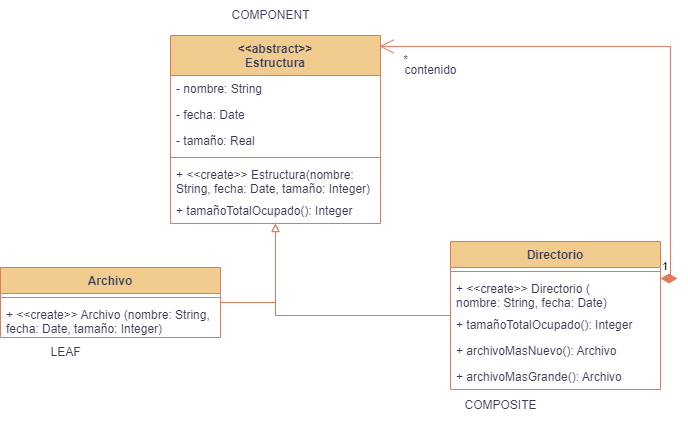
Above: PRACTICAS/UML/Punto5-UML.png in agusrnfr/OO2 (draw.io), before the change. Source tidied: cells renumbered, new cells last; positions are measured from the earlier drawing's top-left corner, leaving out a move shared by most shapes.
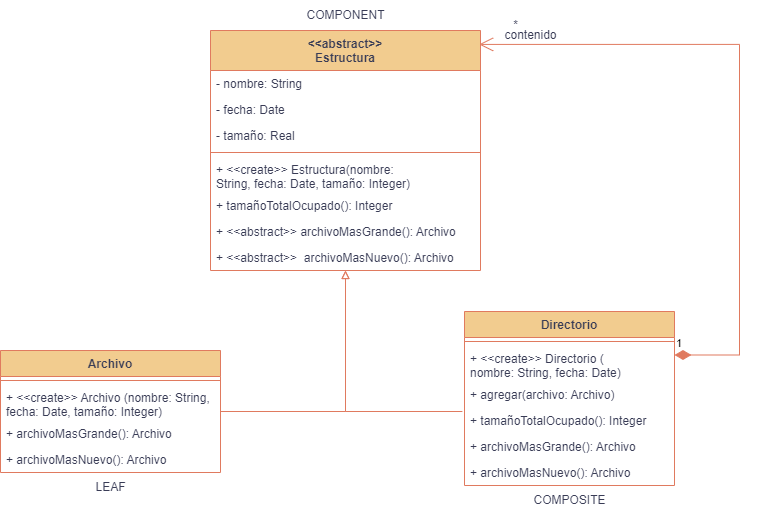
The same file after the commit.

Diff of the diagram source:
```diff
@@ -2,11 +2,11 @@
   <root>
     <mxCell id="0" />
     <mxCell id="1" parent="0" />
-    <mxCell id="2" style="edgeStyle=orthogonalEdgeStyle;rounded=0;jettySize=auto;html=1;endArrow=block;endFill=0;labelBackgroundColor=none;strokeColor=#E07A5F;fontColor=default;" parent="1" edge="1" source="3" target="12">
+    <mxCell id="2" style="edgeStyle=orthogonalEdgeStyle;rounded=0;jettySize=auto;html=1;endArrow=block;endFill=0;labelBackgroundColor=none;strokeColor=#E07A5F;fontColor=default;exitX=-0.01;exitY=0.154;exitDx=0;exitDy=0;exitPerimeter=0;" parent="1" edge="1" source="6" target="12">
       <mxGeometry relative="1" as="geometry" />
     </mxCell>
     <mxCell id="3" value="Directorio" style="swimlane;fontStyle=1;align=center;verticalAlign=top;horizontal=1;startSize=26;labelBackgroundColor=none;fillColor=#F2CC8F;strokeColor=#E07A5F;fontColor=#393C56;" parent="1" vertex="1">
-      <mxGeometry x="450" y="241" width="210" height="148" as="geometry" />
+      <mxGeometry x="395" y="291" width="210" height="174" as="geometry" />
     </mxCell>
     <mxCell id="4" style="line;strokeWidth=1;fillColor=none;align=left;verticalAlign=middle;spacingTop=-1;spacingLeft=3;spacingRight=3;labelPosition=right;strokeColor=#E07A5F;labelBackgroundColor=none;fontColor=#393C56;" parent="3" vertex="1">
       <mxGeometry y="26" width="210" height="8" as="geometry" />
@@ -14,59 +14,73 @@
     <mxCell id="5" value="+ &lt;&lt;create&gt;&gt; Directorio (&#10;nombre: String, fecha: Date)" style="text;strokeColor=none;fillColor=none;align=left;verticalAlign=top;spacingLeft=4;spacingRight=4;overflow=hidden;labelBackgroundColor=none;fontColor=#393C56;" parent="3" vertex="1">
       <mxGeometry y="34" width="210" height="36" as="geometry" />
     </mxCell>
+    <mxCell id="26" value="+ agregar(archivo: Archivo)" style="text;strokeColor=none;fillColor=none;align=left;verticalAlign=top;spacingLeft=4;spacingRight=4;overflow=hidden;labelBackgroundColor=none;fontColor=#393C56;" parent="3" vertex="1">
+      <mxGeometry y="70" width="210" height="26" as="geometry" />
+    </mxCell>
     <mxCell id="6" value="+ tamañoTotalOcupado(): Integer" style="text;strokeColor=none;fillColor=none;align=left;verticalAlign=top;spacingLeft=4;spacingRight=4;overflow=hidden;points=[[0,0.5],[1,0.5]];portConstraint=eastwest;labelBackgroundColor=none;fontColor=#393C56;" parent="3" vertex="1">
-      <mxGeometry y="70" width="210" height="26" as="geometry" />
+      <mxGeometry y="96" width="210" height="26" as="geometry" />
     </mxCell>
+    <mxCell id="8" value="+ archivoMasGrande(): Archivo" style="text;strokeColor=none;fillColor=none;align=left;verticalAlign=top;spacingLeft=4;spacingRight=4;overflow=hidden;labelBackgroundColor=none;fontColor=#393C56;" parent="3" vertex="1">
+      <mxGeometry y="122" width="210" height="26" as="geometry" />
+    </mxCell>
     <mxCell id="7" value="+ archivoMasNuevo(): Archivo" style="text;strokeColor=none;fillColor=none;align=left;verticalAlign=top;spacingLeft=4;spacingRight=4;overflow=hidden;labelBackgroundColor=none;fontColor=#393C56;" parent="3" vertex="1">
-      <mxGeometry y="96" width="210" height="26" as="geometry" />
+      <mxGeometry y="148" width="210" height="26" as="geometry" />
     </mxCell>
-    <mxCell id="8" value="+ archivoMasGrande(): Archivo" style="text;strokeColor=none;fillColor=none;align=left;verticalAlign=top;spacingLeft=4;spacingRight=4;overflow=hidden;labelBackgroundColor=none;fontColor=#393C56;" parent="3" vertex="1">
-      <mxGeometry y="122" width="210" height="26" as="geometry" />
-    </mxCell>
     <mxCell id="9" style="edgeStyle=orthogonalEdgeStyle;rounded=0;jettySize=auto;html=1;endArrow=block;endFill=0;exitX=1;exitY=0.5;exitDx=0;exitDy=0;labelBackgroundColor=none;strokeColor=#E07A5F;fontColor=default;" parent="1" edge="1" source="23" target="12">
       <mxGeometry relative="1" as="geometry" />
     </mxCell>
     <mxCell id="10" value="contenido" style="text;html=1;align=center;verticalAlign=middle;strokeColor=none;fillColor=none;labelBackgroundColor=none;fontColor=#393C56;" parent="1" vertex="1">
-      <mxGeometry x="390" y="55" width="80" height="30" as="geometry" />
+      <mxGeometry x="421" width="80" height="30" as="geometry" />
     </mxCell>
     <mxCell id="11" value="*" style="text;html=1;align=center;verticalAlign=middle;strokeColor=none;fillColor=none;labelBackgroundColor=none;fontColor=#393C56;" parent="1" vertex="1">
-      <mxGeometry x="390" y="45" width="30" height="30" as="geometry" />
+      <mxGeometry x="431" y="-10" width="30" height="30" as="geometry" />
     </mxCell>
     <mxCell id="12" value="&lt;&lt;abstract&gt;&gt;&#10;Estructura" style="swimlane;fontStyle=1;align=center;verticalAlign=top;horizontal=1;startSize=40;labelBackgroundColor=none;fillColor=#F2CC8F;strokeColor=#E07A5F;fontColor=#393C56;" parent="1" vertex="1">
-      <mxGeometry x="170" y="35" width="210" height="188" as="geometry" />
+      <mxGeometry x="141" y="10" width="270" height="240" as="geometry" />
     </mxCell>
     <mxCell id="13" value="- nombre: String" style="text;strokeColor=none;fillColor=none;align=left;verticalAlign=top;spacingLeft=4;spacingRight=4;overflow=hidden;labelBackgroundColor=none;fontColor=#393C56;" parent="12" vertex="1">
-      <mxGeometry y="40" width="210" height="26" as="geometry" />
+      <mxGeometry y="40" width="270" height="26" as="geometry" />
     </mxCell>
     <mxCell id="14" value="- fecha: Date" style="text;strokeColor=none;fillColor=none;align=left;verticalAlign=top;spacingLeft=4;spacingRight=4;overflow=hidden;labelBackgroundColor=none;fontColor=#393C56;" parent="12" vertex="1">
-      <mxGeometry y="66" width="210" height="26" as="geometry" />
+      <mxGeometry y="66" width="270" height="26" as="geometry" />
     </mxCell>
     <mxCell id="15" value="- tamaño: Real" style="text;strokeColor=none;fillColor=none;align=left;verticalAlign=top;spacingLeft=4;spacingRight=4;overflow=hidden;labelBackgroundColor=none;fontColor=#393C56;" parent="12" vertex="1">
-      <mxGeometry y="92" width="210" height="26" as="geometry" />
+      <mxGeometry y="92" width="270" height="26" as="geometry" />
     </mxCell>
     <mxCell id="16" style="line;strokeWidth=1;fillColor=none;align=left;verticalAlign=middle;spacingTop=-1;spacingLeft=3;spacingRight=3;labelPosition=right;strokeColor=#E07A5F;labelBackgroundColor=none;fontColor=#393C56;" parent="12" vertex="1">
-      <mxGeometry y="118" width="210" height="8" as="geometry" />
+      <mxGeometry y="118" width="270" height="8" as="geometry" />
     </mxCell>
     <mxCell id="17" value="+ &lt;&lt;create&gt;&gt; Estructura(nombre: &#10;String, fecha: Date, tamaño: Integer)" style="text;strokeColor=none;fillColor=none;align=left;verticalAlign=top;spacingLeft=4;spacingRight=4;overflow=hidden;labelBackgroundColor=none;fontColor=#393C56;" parent="12" vertex="1">
-      <mxGeometry y="126" width="210" height="36" as="geometry" />
+      <mxGeometry y="126" width="270" height="36" as="geometry" />
     </mxCell>
     <mxCell id="18" value="+ tamañoTotalOcupado(): Integer" style="text;strokeColor=none;fillColor=none;align=left;verticalAlign=top;spacingLeft=4;spacingRight=4;overflow=hidden;labelBackgroundColor=none;fontColor=#393C56;" parent="12" vertex="1">
-      <mxGeometry y="162" width="210" height="26" as="geometry" />
+      <mxGeometry y="162" width="270" height="26" as="geometry" />
     </mxCell>
+    <mxCell id="27" value="+ &lt;&lt;abstract&gt;&gt; archivoMasGrande(): Archivo" style="text;strokeColor=none;fillColor=none;align=left;verticalAlign=top;spacingLeft=4;spacingRight=4;overflow=hidden;labelBackgroundColor=none;fontColor=#393C56;" parent="12" vertex="1">
+      <mxGeometry y="188" width="270" height="26" as="geometry" />
+    </mxCell>
+    <mxCell id="28" value="+ &lt;&lt;abstract&gt;&gt;  archivoMasNuevo(): Archivo" style="text;strokeColor=none;fillColor=none;align=left;verticalAlign=top;spacingLeft=4;spacingRight=4;overflow=hidden;labelBackgroundColor=none;fontColor=#393C56;" parent="12" vertex="1">
+      <mxGeometry y="214" width="270" height="26" as="geometry" />
+    </mxCell>
     <mxCell id="19" value="LEAF" style="text;html=1;align=center;verticalAlign=middle;strokeColor=none;fillColor=none;labelBackgroundColor=none;fontColor=#393C56;" parent="1" vertex="1">
-      <mxGeometry x="40" y="337" width="50" height="30" as="geometry" />
+      <mxGeometry x="16" y="452" width="50" height="30" as="geometry" />
     </mxCell>
     <mxCell id="20" value="COMPONENT" style="text;html=1;align=center;verticalAlign=middle;strokeColor=none;fillColor=none;labelBackgroundColor=none;fontColor=#393C56;" parent="1" vertex="1">
-      <mxGeometry x="220" width="100" height="30" as="geometry" />
+      <mxGeometry x="226" y="-20" width="100" height="30" as="geometry" />
     </mxCell>
     <mxCell id="21" value="COMPOSITE" style="text;html=1;align=center;verticalAlign=middle;strokeColor=none;fillColor=none;labelBackgroundColor=none;fontColor=#393C56;" parent="1" vertex="1">
-      <mxGeometry x="450" y="390" width="100" height="30" as="geometry" />
+      <mxGeometry x="450" y="465" width="100" height="30" as="geometry" />
     </mxCell>
     <mxCell id="22" value="1" style="endArrow=open;html=1;endSize=12;startArrow=diamondThin;startSize=14;startFill=1;edgeStyle=orthogonalEdgeStyle;align=left;verticalAlign=bottom;rounded=0;exitX=1;exitY=0.25;exitDx=0;exitDy=0;entryX=0.995;entryY=0.058;entryDx=0;entryDy=0;entryPerimeter=0;labelBackgroundColor=none;strokeColor=#E07A5F;fontColor=default;" parent="1" edge="1" source="3" target="12">
-      <mxGeometry x="-1" y="3" relative="1" as="geometry" />
+      <mxGeometry x="-1" y="3" relative="1" as="geometry">
+        <Array as="points">
+          <mxPoint x="670" y="335" />
+          <mxPoint x="670" y="24" />
+        </Array>
+      </mxGeometry>
     </mxCell>
     <mxCell id="23" value="Archivo" style="swimlane;fontStyle=1;align=center;verticalAlign=top;horizontal=1;startSize=26;labelBackgroundColor=none;fillColor=#F2CC8F;strokeColor=#E07A5F;fontColor=#393C56;" parent="1" vertex="1">
-      <mxGeometry y="267" width="220" height="70" as="geometry" />
+      <mxGeometry x="-69" y="330" width="220" height="122" as="geometry" />
     </mxCell>
     <mxCell id="24" style="line;strokeWidth=1;fillColor=none;align=left;verticalAlign=middle;spacingTop=-1;spacingLeft=3;spacingRight=3;labelPosition=right;strokeColor=#E07A5F;labelBackgroundColor=none;fontColor=#393C56;" parent="23" vertex="1">
       <mxGeometry y="26" width="220" height="8" as="geometry" />
@@ -74,5 +88,11 @@
     <mxCell id="25" value="+ &lt;&lt;create&gt;&gt; Archivo (nombre: String, &#10;fecha: Date, tamaño: Integer)" style="text;strokeColor=none;fillColor=none;align=left;verticalAlign=top;spacingLeft=4;spacingRight=4;overflow=hidden;labelBackgroundColor=none;fontColor=#393C56;" parent="23" vertex="1">
       <mxGeometry y="34" width="220" height="36" as="geometry" />
     </mxCell>
+    <mxCell id="29" value="+ archivoMasGrande(): Archivo" style="text;strokeColor=none;fillColor=none;align=left;verticalAlign=top;spacingLeft=4;spacingRight=4;overflow=hidden;labelBackgroundColor=none;fontColor=#393C56;" parent="23" vertex="1">
+      <mxGeometry y="70" width="220" height="26" as="geometry" />
+    </mxCell>
+    <mxCell id="30" value="+ archivoMasNuevo(): Archivo" style="text;strokeColor=none;fillColor=none;align=left;verticalAlign=top;spacingLeft=4;spacingRight=4;overflow=hidden;labelBackgroundColor=none;fontColor=#393C56;" parent="23" vertex="1">
+      <mxGeometry y="96" width="220" height="26" as="geometry" />
+    </mxCell>
   </root>
 </mxGraphModel>
```
